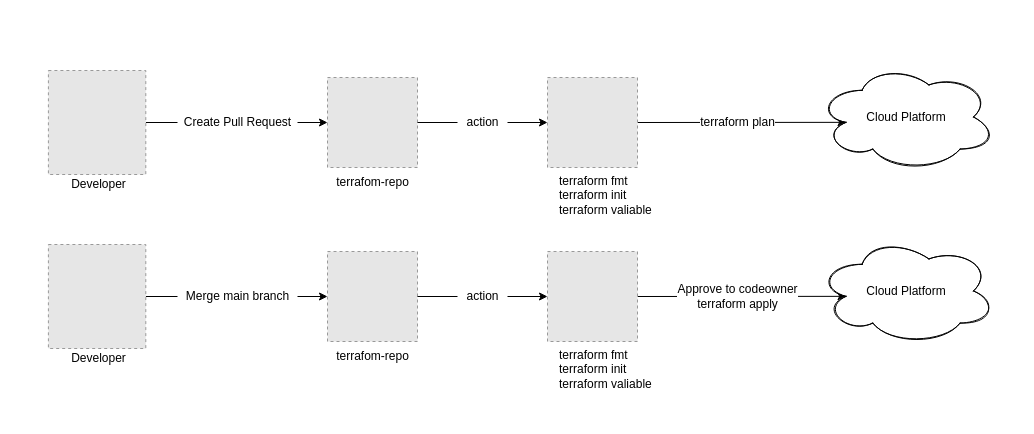
Earlier version of the draw.io diagram devopsdays-tokyo-2021/terraform-gitops.drawio (hiiiide/diagram). Source tidied: cells renumbered, new cells numbered last; positions are measured from the earlier drawing's top-left corner, leaving out a move shared by most shapes. Both pictures are drawn from the tidied source at 100%, with x=0, y=0 at pixel (17, 17). Pictures stored in the file or linked from it are replaced by grey dashed boxes.
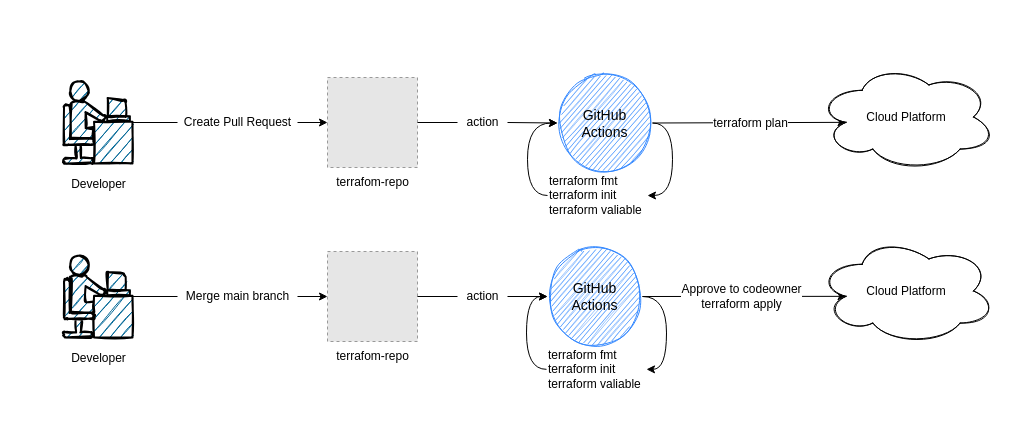
After the change.

The change refers to these unchanged cells:
```xml
<mxCell id="10" value="Create Pull Request" style="text;html=1;align=center;verticalAlign=middle;points=[];fillColor=none;strokeColor=none;rounded=0;" parent="1" vertex="1">
  <mxGeometry x="160" y="95" width="120" height="20" as="geometry" />
</mxCell>
<mxCell id="12" value="action" style="text;html=1;align=center;verticalAlign=middle;points=[];fillColor=none;strokeColor=none;rounded=0;" parent="1" vertex="1">
  <mxGeometry x="440" y="95" width="50" height="20" as="geometry" />
</mxCell>
<mxCell id="17" value="Cloud Platform" style="ellipse;shape=cloud;whiteSpace=wrap;html=1;align=center;sketch=1;" parent="1" vertex="1">
  <mxGeometry x="800" y="46" width="178.3" height="107" as="geometry" />
</mxCell>
<mxCell id="25" value="Merge main branch" style="text;html=1;align=center;verticalAlign=middle;points=[];fillColor=none;strokeColor=none;rounded=0;" parent="1" vertex="1">
  <mxGeometry x="160" y="269" width="120" height="20" as="geometry" />
</mxCell>
<mxCell id="27" value="action" style="text;html=1;align=center;verticalAlign=middle;points=[];fillColor=none;strokeColor=none;rounded=0;" parent="1" vertex="1">
  <mxGeometry x="440" y="269" width="50" height="20" as="geometry" />
</mxCell>
<mxCell id="32" value="Cloud Platform" style="ellipse;shape=cloud;whiteSpace=wrap;html=1;align=center;sketch=1;" parent="1" vertex="1">
  <mxGeometry x="800" y="220" width="178.3" height="107" as="geometry" />
</mxCell>
```

What changed in the source:
```diff
@@
-    <mxCell id="4" style="edgeStyle=none;rounded=0;jettySize=auto;html=1;exitX=1;exitY=0.5;exitDx=0;exitDy=0;entryX=0;entryY=0.5;entryDx=0;entryDy=0;" parent="1" edge="1" source="12" target="8">
+    <mxCell id="4" style="edgeStyle=none;rounded=0;jettySize=auto;html=1;exitX=1;exitY=0.5;exitDx=0;exitDy=0;entryX=0;entryY=0.5;entryDx=0;entryDy=0;" parent="1" edge="1" source="12" target="38">
       <mxGeometry relative="1" as="geometry" />
     </mxCell>
@@
-    <mxCell id="6" style="edgeStyle=none;rounded=0;jettySize=auto;html=1;exitX=1;exitY=0.5;exitDx=0;exitDy=0;entryX=0.16;entryY=0.55;entryDx=0;entryDy=0;entryPerimeter=0;" parent="1" edge="1" source="8" target="17">
+    <mxCell id="6" style="edgeStyle=none;rounded=0;jettySize=auto;html=1;exitX=1;exitY=0.5;exitDx=0;exitDy=0;entryX=0.16;entryY=0.55;entryDx=0;entryDy=0;entryPerimeter=0;" parent="1" edge="1" source="38" target="17">
       <mxGeometry relative="1" as="geometry" />
     </mxCell>
@@
-    <mxCell id="8" style="fillColor=#E6E6E6;strokeColor=#999999;dashed=1;verticalLabelPosition=bottom;labelBackgroundColor=#ffffff;verticalAlign=top;" parent="1" vertex="1">
-      <mxGeometry x="530" y="60" width="90" height="90" as="geometry" />
-    </mxCell>
@@
-    <mxCell id="11" style="edgeStyle=none;rounded=0;jettySize=auto;html=1;exitX=1;exitY=0.5;exitDx=0;exitDy=0;entryX=0;entryY=0.5;entryDx=0;entryDy=0;endArrow=none;endFill=0;" parent="1" edge="1" source="14" target="10">
+    <mxCell id="11" style="edgeStyle=none;rounded=0;jettySize=auto;html=1;exitX=1;exitY=0.5;exitDx=0;exitDy=0;entryX=0;entryY=0.5;entryDx=0;entryDy=0;endArrow=none;endFill=0;exitPerimeter=0;" parent="1" edge="1" source="35" target="10">
       <mxGeometry relative="1" as="geometry" />
     </mxCell>
@@
-    <mxCell id="14" style="fillColor=#E6E6E6;strokeColor=#999999;dashed=1;verticalLabelPosition=bottom;labelBackgroundColor=none;verticalAlign=top;fontColor=none;" parent="1" vertex="1">
-      <mxGeometry x="30.9" y="53" width="97.4" height="104" as="geometry" />
-    </mxCell>
@@
+    <mxCell id="33" style="edgeStyle=orthogonalEdgeStyle;curved=1;rounded=0;jettySize=auto;html=1;exitX=0;exitY=0.5;exitDx=0;exitDy=0;entryX=0;entryY=0.5;entryDx=0;entryDy=0;" parent="1" edge="1" source="16" target="38">
+      <mxGeometry relative="1" as="geometry" />
+    </mxCell>
-    <mxCell id="16" value="terraform fmt&lt;br&gt;terraform&amp;nbsp;init&lt;br&gt;terraform&lt;span&gt;&amp;nbsp;valiable&lt;/span&gt;" style="text;html=1;strokeColor=none;fillColor=none;align=left;verticalAlign=middle;whiteSpace=wrap;rounded=0;" parent="1" vertex="1">
-      <mxGeometry x="540" y="153" width="140" height="50" as="geometry" />
+    <mxCell id="16" value="terraform fmt&lt;br&gt;terraform&amp;nbsp;init&lt;br&gt;terraform&lt;span&gt;&amp;nbsp;valiable&lt;/span&gt;" style="text;html=1;strokeColor=none;fillColor=none;align=left;verticalAlign=middle;whiteSpace=wrap;rounded=0;sketch=0;" parent="1" vertex="1">
+      <mxGeometry x="530" y="153" width="100" height="50" as="geometry" />
     </mxCell>
@@
-    <mxCell id="19" style="edgeStyle=none;rounded=0;jettySize=auto;html=1;exitX=1;exitY=0.5;exitDx=0;exitDy=0;entryX=0;entryY=0.5;entryDx=0;entryDy=0;" parent="1" edge="1" source="27" target="23">
+    <mxCell id="19" style="edgeStyle=none;rounded=0;jettySize=auto;html=1;exitX=1;exitY=0.5;exitDx=0;exitDy=0;" parent="1" edge="1" source="27" target="40">
       <mxGeometry relative="1" as="geometry" />
     </mxCell>
@@
-    <mxCell id="21" style="edgeStyle=none;rounded=0;jettySize=auto;html=1;exitX=1;exitY=0.5;exitDx=0;exitDy=0;entryX=0.16;entryY=0.55;entryDx=0;entryDy=0;entryPerimeter=0;" parent="1" edge="1" source="23" target="32">
+    <mxCell id="21" style="edgeStyle=none;rounded=0;jettySize=auto;html=1;exitX=1;exitY=0.5;exitDx=0;exitDy=0;entryX=0.16;entryY=0.55;entryDx=0;entryDy=0;entryPerimeter=0;" parent="1" edge="1" source="40" target="32">
       <mxGeometry relative="1" as="geometry" />
     </mxCell>
@@
-    <mxCell id="23" style="fillColor=#E6E6E6;strokeColor=#999999;dashed=1;verticalLabelPosition=bottom;labelBackgroundColor=#ffffff;verticalAlign=top;" parent="1" vertex="1">
-      <mxGeometry x="530" y="234" width="90" height="90" as="geometry" />
-    </mxCell>
@@
-    <mxCell id="26" style="edgeStyle=none;rounded=0;jettySize=auto;html=1;exitX=1;exitY=0.5;exitDx=0;exitDy=0;entryX=0;entryY=0.5;entryDx=0;entryDy=0;endArrow=none;endFill=0;" parent="1" edge="1" source="29" target="25">
+    <mxCell id="26" style="edgeStyle=none;rounded=0;jettySize=auto;html=1;exitX=1;exitY=0.5;exitDx=0;exitDy=0;entryX=0;entryY=0.5;entryDx=0;entryDy=0;endArrow=none;endFill=0;exitPerimeter=0;" parent="1" edge="1" source="36" target="25">
       <mxGeometry relative="1" as="geometry" />
     </mxCell>
@@
-    <mxCell id="29" style="fillColor=#E6E6E6;strokeColor=#999999;dashed=1;verticalLabelPosition=bottom;labelBackgroundColor=none;verticalAlign=top;fontColor=none;" parent="1" vertex="1">
-      <mxGeometry x="30.9" y="227" width="97.4" height="104" as="geometry" />
-    </mxCell>
@@
+    <mxCell id="34" style="edgeStyle=orthogonalEdgeStyle;curved=1;rounded=0;jettySize=auto;html=1;exitX=0;exitY=0.5;exitDx=0;exitDy=0;entryX=0;entryY=0.5;entryDx=0;entryDy=0;" parent="1" edge="1" source="31" target="40">
+      <mxGeometry relative="1" as="geometry" />
+    </mxCell>
     <mxCell id="31" value="terraform fmt&lt;br&gt;terraform&amp;nbsp;init&lt;br&gt;terraform&lt;span&gt;&amp;nbsp;valiable&lt;/span&gt;" style="text;html=1;strokeColor=none;fillColor=none;align=left;verticalAlign=middle;whiteSpace=wrap;rounded=0;" parent="1" vertex="1">
-      <mxGeometry x="540" y="327" width="120" height="50" as="geometry" />
+      <mxGeometry x="529" y="331" width="100" height="41.7" as="geometry" />
     </mxCell>
@@
+    <mxCell id="35" style="shape=mxgraph.cisco.people.androgenous_person;html=1;dashed=0;fillColor=#036897;strokeWidth=2;verticalLabelPosition=bottom;verticalAlign=top;align=center;outlineConnect=0;sketch=1;strokeColor=#000000;" parent="1" vertex="1">
+      <mxGeometry x="46" y="64" width="69" height="82" as="geometry" />
+    </mxCell>
+    <mxCell id="36" style="shape=mxgraph.cisco.people.androgenous_person;html=1;dashed=0;fillColor=#036897;strokeWidth=2;verticalLabelPosition=bottom;verticalAlign=top;align=center;outlineConnect=0;sketch=1;strokeColor=#000000;" parent="1" vertex="1">
+      <mxGeometry x="46" y="238" width="69" height="82" as="geometry" />
+    </mxCell>
+    <mxCell id="37" style="edgeStyle=orthogonalEdgeStyle;curved=1;rounded=0;jettySize=auto;html=1;exitX=1;exitY=0.5;exitDx=0;exitDy=0;entryX=1;entryY=0.5;entryDx=0;entryDy=0;" parent="1" edge="1" source="38" target="16">
+      <mxGeometry relative="1" as="geometry" />
+    </mxCell>
+    <mxCell id="38" value="&lt;font color=&quot;#000000&quot; style=&quot;font-size: 14px&quot;&gt;GitHub&lt;br&gt;Actions&lt;/font&gt;" style="ellipse;whiteSpace=wrap;html=1;sketch=1;fontColor=#ffffff;fillColor=#3388ff;strokeColor=#3388ff;" parent="1" vertex="1">
+      <mxGeometry x="540" y="58" width="95" height="95" as="geometry" />
+    </mxCell>
+    <mxCell id="39" style="edgeStyle=orthogonalEdgeStyle;curved=1;rounded=0;jettySize=auto;html=1;exitX=1;exitY=0.5;exitDx=0;exitDy=0;entryX=1;entryY=0.5;entryDx=0;entryDy=0;" parent="1" edge="1" source="40" target="31">
+      <mxGeometry relative="1" as="geometry" />
+    </mxCell>
+    <mxCell id="40" value="&lt;font color=&quot;#000000&quot; style=&quot;font-size: 14px&quot;&gt;GitHub&lt;br&gt;Actions&lt;/font&gt;" style="ellipse;whiteSpace=wrap;html=1;sketch=1;fontColor=#ffffff;fillColor=#3388ff;strokeColor=#3388ff;" parent="1" vertex="1">
+      <mxGeometry x="530" y="231.5" width="95" height="95" as="geometry" />
+    </mxCell>
```
